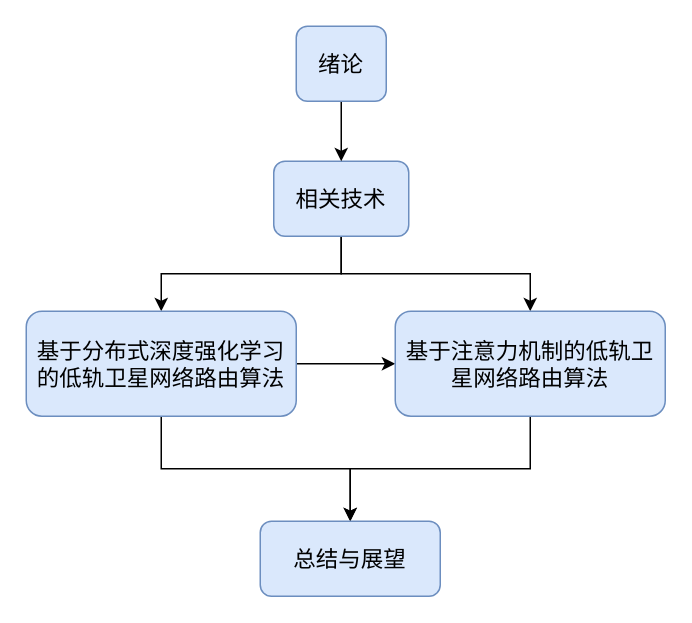
Before: Untitled Diagram.drawio in peachhhhh/satellite, a draw.io diagram. Source tidied: cells renumbered, new cells numbered last; positions are measured from the earlier drawing's top-left corner, leaving out a move shared by most shapes. Both pictures are drawn from the tidied source at 150%, with x=0, y=0 at pixel (26, 26).
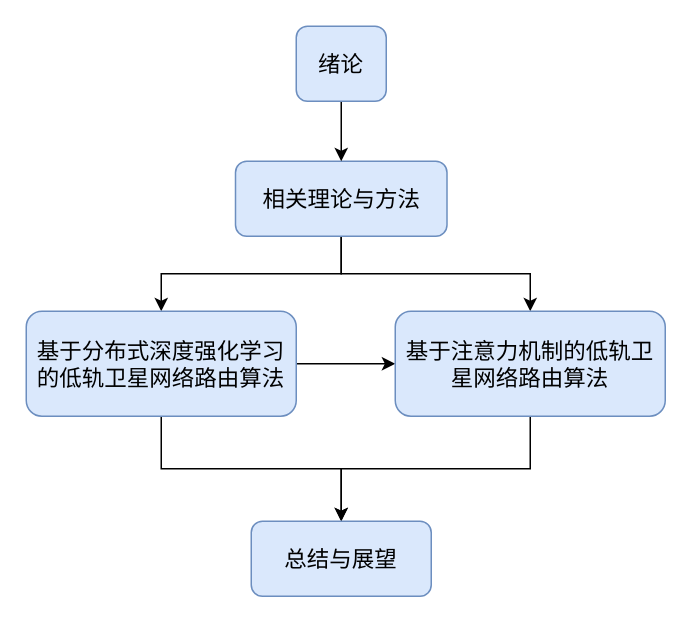
The same page after the edit.

The edit, as a diff of the source:
```diff
@@
 <mxGraphModel>
   <root>
     <mxCell id="0" />
     <mxCell id="1" parent="0" />
     <mxCell id="2" style="edgeStyle=orthogonalEdgeStyle;rounded=0;jettySize=auto;html=1;exitX=0.5;exitY=1;exitDx=0;exitDy=0;entryX=0.5;entryY=0;entryDx=0;entryDy=0;fontSize=15;" parent="1" edge="1" source="4" target="7">
       <mxGeometry relative="1" as="geometry" />
     </mxCell>
     <mxCell id="3" style="edgeStyle=orthogonalEdgeStyle;rounded=0;jettySize=auto;html=1;exitX=0.5;exitY=1;exitDx=0;exitDy=0;entryX=0.5;entryY=0;entryDx=0;entryDy=0;fontSize=15;" parent="1" edge="1" source="4" target="11">
       <mxGeometry relative="1" as="geometry" />
     </mxCell>
-    <mxCell id="4" value="相关技术" style="rounded=1;whiteSpace=wrap;html=1;fontSize=15;fillColor=#dae8fc;strokeColor=#6c8ebf;" parent="1" vertex="1">
-      <mxGeometry x="165" y="90" width="90" height="50" as="geometry" />
+    <mxCell id="4" value="相关理论与方法" style="rounded=1;whiteSpace=wrap;html=1;fontSize=15;fillColor=#dae8fc;strokeColor=#6c8ebf;" parent="1" vertex="1">
+      <mxGeometry x="139.5" y="90" width="141" height="50" as="geometry" />
     </mxCell>
     <mxCell id="5" style="edgeStyle=orthogonalEdgeStyle;rounded=0;jettySize=auto;html=1;exitX=1;exitY=0.5;exitDx=0;exitDy=0;entryX=0;entryY=0.5;entryDx=0;entryDy=0;fontSize=15;" parent="1" edge="1" source="7" target="11">
       <mxGeometry relative="1" as="geometry" />
     </mxCell>
     <mxCell id="6" style="edgeStyle=orthogonalEdgeStyle;rounded=0;jettySize=auto;html=1;exitX=0.5;exitY=1;exitDx=0;exitDy=0;fontSize=15;" parent="1" edge="1" source="7" target="12">
       <mxGeometry relative="1" as="geometry" />
     </mxCell>
     <mxCell id="7" value="基于分布式深度强化学习的低轨卫星网络路由算法" style="rounded=1;whiteSpace=wrap;html=1;fontSize=15;fillColor=#dae8fc;strokeColor=#6c8ebf;" parent="1" vertex="1">
       <mxGeometry y="190" width="180" height="70" as="geometry" />
     </mxCell>
     <mxCell id="8" style="edgeStyle=orthogonalEdgeStyle;rounded=0;jettySize=auto;html=1;exitX=0.5;exitY=1;exitDx=0;exitDy=0;entryX=0.5;entryY=0;entryDx=0;entryDy=0;fontSize=15;" parent="1" edge="1" source="9" target="4">
       <mxGeometry relative="1" as="geometry" />
     </mxCell>
     <mxCell id="9" value="绪论" style="rounded=1;whiteSpace=wrap;html=1;fontSize=15;fillColor=#dae8fc;strokeColor=#6c8ebf;" parent="1" vertex="1">
       <mxGeometry x="180" width="60" height="50" as="geometry" />
     </mxCell>
     <mxCell id="10" style="edgeStyle=orthogonalEdgeStyle;rounded=0;jettySize=auto;html=1;exitX=0.5;exitY=1;exitDx=0;exitDy=0;fontSize=15;entryX=0.5;entryY=0;entryDx=0;entryDy=0;" parent="1" edge="1" source="11" target="12">
       <mxGeometry relative="1" as="geometry" />
     </mxCell>
     <mxCell id="11" value="&lt;span style=&quot;font-size: 15px&quot;&gt;基于注意力机制的低轨卫星网络路由算法&lt;/span&gt;" style="rounded=1;whiteSpace=wrap;html=1;fillColor=#dae8fc;strokeColor=#6c8ebf;" parent="1" vertex="1">
       <mxGeometry x="246" y="190" width="180" height="70" as="geometry" />
     </mxCell>
     <mxCell id="12" value="总结与展望" style="rounded=1;whiteSpace=wrap;html=1;fontSize=15;fillColor=#dae8fc;strokeColor=#6c8ebf;" parent="1" vertex="1">
-      <mxGeometry x="156" y="330" width="120" height="50" as="geometry" />
+      <mxGeometry x="150" y="330" width="120" height="50" as="geometry" />
     </mxCell>
   </root>
 </mxGraphModel>
```
